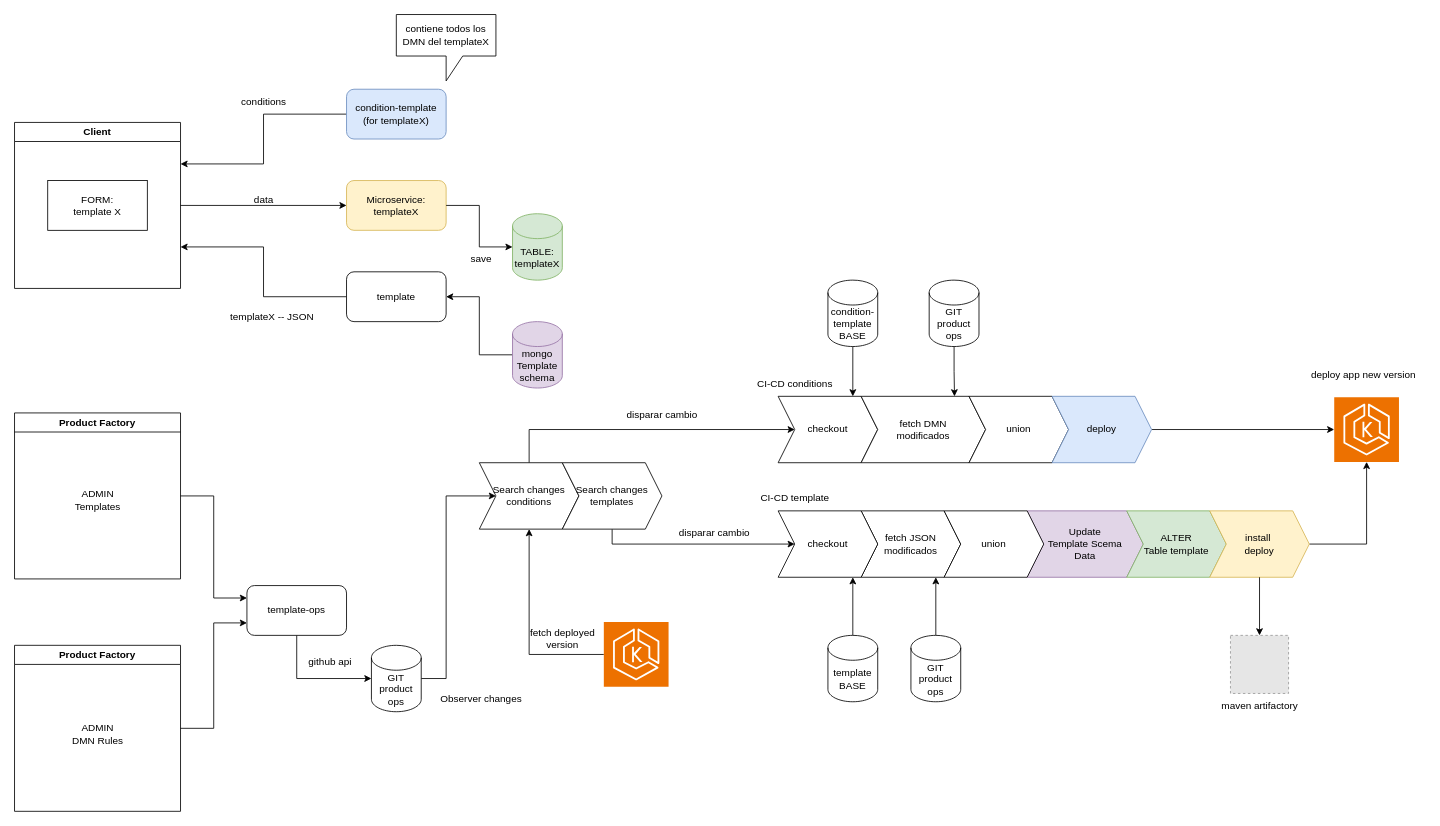
saman-core/docs keeps this draw.io diagram as fabrica-productos.drawio. Above is the earlier version. Source tidied: cells renumbered, new cells numbered last; positions are measured from the earlier drawing's top-left corner, leaving out a move shared by most shapes. Both pictures are drawn from the tidied source at 83%, with x=0, y=0 at pixel (14, 14). Pictures stored in the file or linked from it are replaced by grey dashed boxes.
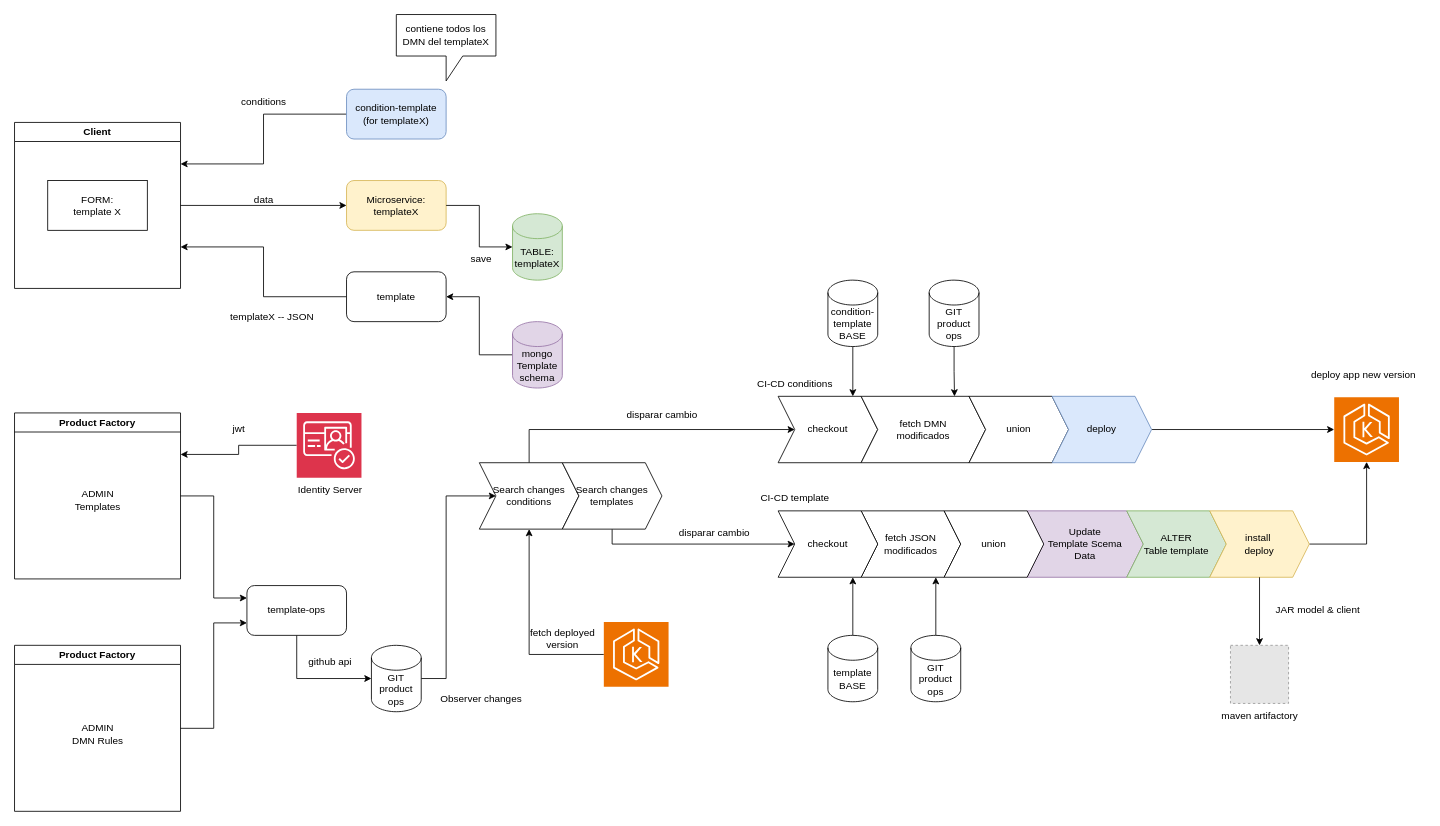
Above is the later version.

Commit message:
update fabrica-productos

The change refers to these unchanged cells:
```xml
<mxCell id="8" value="Product Factory" style="swimlane;whiteSpace=wrap;html=1;" parent="1" vertex="1">
  <mxGeometry y="480" width="200" height="200" as="geometry" />
</mxCell>
```

Diff of the diagram source:
```diff
@@
     <mxCell id="63" style="fillColor=#E6E6E6;strokeColor=#999999;dashed=1;verticalLabelPosition=bottom;verticalAlign=top;" parent="1" vertex="1">
-      <mxGeometry x="1465" y="748" width="70" height="70" as="geometry" />
+      <mxGeometry x="1465" y="760" width="70" height="70" as="geometry" />
     </mxCell>
     <mxCell id="64" value="maven artifactory" style="text;html=1;align=center;verticalAlign=middle;strokeColor=none;fillColor=none;" parent="1" vertex="1">
-      <mxGeometry x="1440" y="818" width="120" height="30" as="geometry" />
+      <mxGeometry x="1440" y="830" width="120" height="30" as="geometry" />
     </mxCell>
@@
+    <mxCell id="67" style="edgeStyle=orthogonalEdgeStyle;rounded=0;jettySize=auto;html=1;entryX=1;entryY=0.25;entryDx=0;entryDy=0;" parent="1" edge="1" source="68" target="8">
+      <mxGeometry relative="1" as="geometry" />
+    </mxCell>
+    <mxCell id="68" style="sketch=0;points=[[0,0,0],[0.25,0,0],[0.5,0,0],[0.75,0,0],[1,0,0],[0,1,0],[0.25,1,0],[0.5,1,0],[0.75,1,0],[1,1,0],[0,0.25,0],[0,0.5,0],[0,0.75,0],[1,0.25,0],[1,0.5,0],[1,0.75,0]];outlineConnect=0;fontColor=#232F3E;fillColor=#DD344C;strokeColor=#ffffff;dashed=0;verticalLabelPosition=bottom;verticalAlign=top;align=center;html=1;fontSize=12;fontStyle=0;shape=mxgraph.aws4.resourceIcon;resIcon=mxgraph.aws4.cognito;" parent="1" vertex="1">
+      <mxGeometry x="340" y="480" width="78" height="78" as="geometry" />
+    </mxCell>
+    <mxCell id="69" value="Identity Server" style="text;html=1;align=center;verticalAlign=middle;strokeColor=none;fillColor=none;" parent="1" vertex="1">
+      <mxGeometry x="330" y="558" width="100" height="30" as="geometry" />
+    </mxCell>
+    <mxCell id="70" value="jwt" style="text;html=1;align=center;verticalAlign=middle;strokeColor=none;fillColor=none;" parent="1" vertex="1">
+      <mxGeometry x="250" y="485" width="40" height="30" as="geometry" />
+    </mxCell>
+    <mxCell id="71" value="JAR model &amp;amp; client" style="text;html=1;align=center;verticalAlign=middle;strokeColor=none;fillColor=none;" parent="1" vertex="1">
+      <mxGeometry x="1510" y="703" width="120" height="30" as="geometry" />
+    </mxCell>
```
